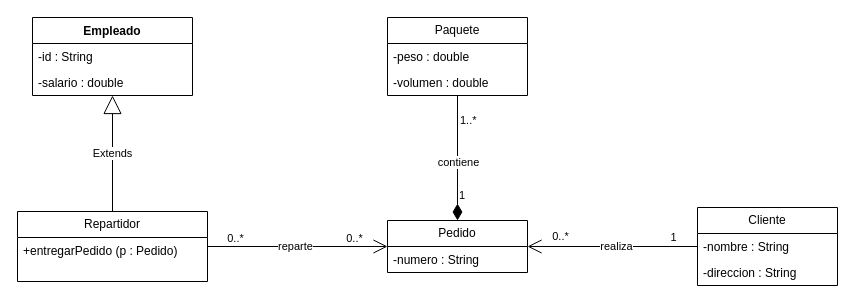
fernandezortaalex/Tarea keeps this draw.io diagram as page "05-comercio-electronico" (5 of 12) of Entorno_de_desarrollo/Tema5/solucion-actividades-diagrama-de-clases-uml.drawio. Above is the earlier version. Source tidied: cells renumbered, new cells numbered last; positions are measured from the earlier drawing's top-left corner, leaving out a move shared by most shapes. Both pictures are drawn from the tidied source at 100%, with x=0, y=0 at pixel (17, 17).
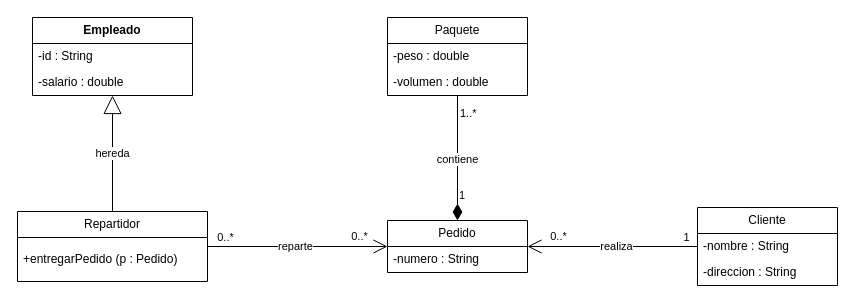
The same diagram, later.

Unchanged cells that the change refers to:
```xml
<mxCell id="24" style="endArrow=none;html=1;endSize=12;startArrow=diamondThin;startSize=14;startFill=1;edgeStyle=orthogonalEdgeStyle;align=left;verticalAlign=middle;labelPosition=right;verticalLabelPosition=middle;endFill=0;" parent="1" edge="1" source="7" target="12">
  <mxGeometry x="-0.22" y="-30" relative="1" as="geometry" />
</mxCell>
```

What changed in the source:
```diff
@@
-    <mxCell id="2" value="Empleado" style="swimlane;fontStyle=1;align=center;verticalAlign=top;horizontal=1;startSize=26;whiteSpace=wrap;html=1;" parent="1" vertex="1">
+    <mxCell id="2" value="Empleado" style="swimlane;fontStyle=1;align=center;verticalAlign=middle;horizontal=1;startSize=26;whiteSpace=wrap;html=1;" parent="1" vertex="1">
       <mxGeometry x="15" width="160" height="78" as="geometry" />
     </mxCell>
-    <mxCell id="3" value="-id : String" style="text;strokeColor=none;fillColor=none;align=left;verticalAlign=top;spacingLeft=4;spacingRight=4;overflow=hidden;whiteSpace=wrap;html=1;" parent="2" vertex="1">
+    <mxCell id="3" value="-id : String" style="text;strokeColor=none;fillColor=none;align=left;verticalAlign=middle;spacingLeft=4;spacingRight=4;overflow=hidden;whiteSpace=wrap;html=1;" parent="2" vertex="1">
       <mxGeometry y="26" width="160" height="26" as="geometry" />
     </mxCell>
-    <mxCell id="4" value="-salario : double" style="text;strokeColor=none;fillColor=none;align=left;verticalAlign=top;spacingLeft=4;spacingRight=4;overflow=hidden;whiteSpace=wrap;html=1;" parent="2" vertex="1">
+    <mxCell id="4" value="-salario : double" style="text;strokeColor=none;fillColor=none;align=left;verticalAlign=middle;spacingLeft=4;spacingRight=4;overflow=hidden;whiteSpace=wrap;html=1;" parent="2" vertex="1">
       <mxGeometry y="52" width="160" height="26" as="geometry" />
     </mxCell>
-    <mxCell id="5" value="Repartidor" style="swimlane;fontStyle=0;horizontal=1;startSize=26;fillColor=none;whiteSpace=wrap;html=1;" parent="1" vertex="1">
+    <mxCell id="5" value="Repartidor" style="swimlane;fontStyle=0;horizontal=1;startSize=26;fillColor=none;whiteSpace=wrap;html=1;verticalAlign=middle;" parent="1" vertex="1">
       <mxGeometry y="194" width="190" height="70" as="geometry" />
     </mxCell>
-    <mxCell id="6" value="+entregarPedido (p : Pedido)" style="text;strokeColor=none;fillColor=none;align=left;verticalAlign=top;spacingLeft=4;spacingRight=4;overflow=hidden;whiteSpace=wrap;html=1;" parent="5" vertex="1">
+    <mxCell id="6" value="+entregarPedido (p : Pedido)" style="text;strokeColor=none;fillColor=none;align=left;verticalAlign=middle;spacingLeft=4;spacingRight=4;overflow=hidden;whiteSpace=wrap;html=1;" parent="5" vertex="1">
       <mxGeometry y="26" width="190" height="44" as="geometry" />
     </mxCell>
-    <mxCell id="7" value="Pedido" style="swimlane;fontStyle=0;horizontal=1;startSize=26;fillColor=none;whiteSpace=wrap;html=1;" parent="1" vertex="1">
+    <mxCell id="7" value="Pedido" style="swimlane;fontStyle=0;horizontal=1;startSize=26;fillColor=none;whiteSpace=wrap;html=1;verticalAlign=middle;" parent="1" vertex="1">
       <mxGeometry x="370" y="203" width="140" height="52" as="geometry" />
     </mxCell>
-    <mxCell id="8" value="-numero : String" style="text;strokeColor=none;fillColor=none;align=left;verticalAlign=top;spacingLeft=4;spacingRight=4;overflow=hidden;whiteSpace=wrap;html=1;" parent="7" vertex="1">
+    <mxCell id="8" value="-numero : String" style="text;strokeColor=none;fillColor=none;align=left;verticalAlign=middle;spacingLeft=4;spacingRight=4;overflow=hidden;whiteSpace=wrap;html=1;" parent="7" vertex="1">
       <mxGeometry y="26" width="140" height="26" as="geometry" />
     </mxCell>
-    <mxCell id="9" value="Cliente" style="swimlane;fontStyle=0;horizontal=1;startSize=26;fillColor=none;whiteSpace=wrap;html=1;" parent="1" vertex="1">
+    <mxCell id="9" value="Cliente" style="swimlane;fontStyle=0;horizontal=1;startSize=26;fillColor=none;whiteSpace=wrap;html=1;verticalAlign=middle;" parent="1" vertex="1">
       <mxGeometry x="680" y="190" width="140" height="78" as="geometry" />
     </mxCell>
-    <mxCell id="10" value="-nombre : String" style="text;strokeColor=none;fillColor=none;align=left;verticalAlign=top;spacingLeft=4;spacingRight=4;overflow=hidden;whiteSpace=wrap;html=1;" parent="9" vertex="1">
+    <mxCell id="10" value="-nombre : String" style="text;strokeColor=none;fillColor=none;align=left;verticalAlign=middle;spacingLeft=4;spacingRight=4;overflow=hidden;whiteSpace=wrap;html=1;" parent="9" vertex="1">
       <mxGeometry y="26" width="140" height="26" as="geometry" />
     </mxCell>
-    <mxCell id="11" value="-direccion : String" style="text;strokeColor=none;fillColor=none;align=left;verticalAlign=top;spacingLeft=4;spacingRight=4;overflow=hidden;whiteSpace=wrap;html=1;" parent="9" vertex="1">
+    <mxCell id="11" value="-direccion : String" style="text;strokeColor=none;fillColor=none;align=left;verticalAlign=middle;spacingLeft=4;spacingRight=4;overflow=hidden;whiteSpace=wrap;html=1;" parent="9" vertex="1">
       <mxGeometry y="52" width="140" height="26" as="geometry" />
     </mxCell>
-    <mxCell id="12" value="Paquete" style="swimlane;fontStyle=0;horizontal=1;startSize=26;fillColor=none;whiteSpace=wrap;html=1;" parent="1" vertex="1">
+    <mxCell id="12" value="Paquete" style="swimlane;fontStyle=0;horizontal=1;startSize=26;fillColor=none;whiteSpace=wrap;html=1;verticalAlign=middle;" parent="1" vertex="1">
       <mxGeometry x="370" width="140" height="78" as="geometry" />
     </mxCell>
-    <mxCell id="13" value="-peso : double" style="text;strokeColor=none;fillColor=none;align=left;verticalAlign=top;spacingLeft=4;spacingRight=4;overflow=hidden;whiteSpace=wrap;html=1;" parent="12" vertex="1">
+    <mxCell id="13" value="-peso : double" style="text;strokeColor=none;fillColor=none;align=left;verticalAlign=middle;spacingLeft=4;spacingRight=4;overflow=hidden;whiteSpace=wrap;html=1;" parent="12" vertex="1">
       <mxGeometry y="26" width="140" height="26" as="geometry" />
     </mxCell>
-    <mxCell id="14" value="-volumen : double" style="text;strokeColor=none;fillColor=none;align=left;verticalAlign=top;spacingLeft=4;spacingRight=4;overflow=hidden;whiteSpace=wrap;html=1;" parent="12" vertex="1">
+    <mxCell id="14" value="-volumen : double" style="text;strokeColor=none;fillColor=none;align=left;verticalAlign=middle;spacingLeft=4;spacingRight=4;overflow=hidden;whiteSpace=wrap;html=1;" parent="12" vertex="1">
       <mxGeometry y="52" width="140" height="26" as="geometry" />
     </mxCell>
-    <mxCell id="15" value="Extends" style="endArrow=block;endSize=16;endFill=0;html=1;" parent="1" edge="1" source="5" target="2">
+    <mxCell id="15" value="hereda" style="endArrow=block;endSize=16;endFill=0;html=1;verticalAlign=middle;" parent="1" edge="1" source="5" target="2">
       <mxGeometry relative="1" as="geometry" />
     </mxCell>
-    <mxCell id="16" style="endArrow=open;endFill=1;endSize=12;html=1;" parent="1" edge="1" source="5" target="7">
+    <mxCell id="16" style="endArrow=open;endFill=1;endSize=12;html=1;verticalAlign=middle;" parent="1" edge="1" source="5" target="7">
       <mxGeometry relative="1" as="geometry" />
     </mxCell>
-    <mxCell id="17" value="0..*" style="edgeLabel;html=1;align=center;verticalAlign=bottom;labelPosition=center;verticalLabelPosition=top;" parent="16" vertex="1">
+    <mxCell id="17" value="0..*" style="edgeLabel;html=1;align=center;verticalAlign=middle;labelPosition=center;verticalLabelPosition=top;" parent="16" vertex="1">
       <mxGeometry x="-0.84" relative="1" as="geometry">
-        <mxPoint x="13" as="offset" />
+        <mxPoint x="3" y="-10" as="offset" />
       </mxGeometry>
     </mxCell>
@@
-    <mxCell id="19" value="0..*" style="edgeLabel;html=1;align=center;verticalAlign=bottom;labelPosition=center;verticalLabelPosition=top;" parent="16" vertex="1">
+    <mxCell id="19" value="0..*" style="edgeLabel;html=1;align=center;verticalAlign=middle;labelPosition=center;verticalLabelPosition=top;" parent="16" vertex="1">
       <mxGeometry x="0.63" relative="1" as="geometry">
-        <mxPoint x="-1" as="offset" />
+        <mxPoint x="4" y="-11" as="offset" />
       </mxGeometry>
     </mxCell>
-    <mxCell id="20" style="endArrow=open;endFill=1;endSize=12;html=1;" parent="1" edge="1" source="9" target="7">
+    <mxCell id="20" style="endArrow=open;endFill=1;endSize=12;html=1;verticalAlign=middle;" parent="1" edge="1" source="9" target="7">
       <mxGeometry relative="1" as="geometry" />
     </mxCell>
-    <mxCell id="21" value="1" style="edgeLabel;html=1;align=center;verticalAlign=bottom;labelPosition=center;verticalLabelPosition=top;" parent="20" vertex="1">
-      <mxGeometry x="-0.71" y="-1" relative="1" as="geometry" />
+    <mxCell id="21" value="1" style="edgeLabel;html=1;align=center;verticalAlign=middle;labelPosition=center;verticalLabelPosition=top;" parent="20" vertex="1">
+      <mxGeometry x="-0.71" y="-1" relative="1" as="geometry">
+        <mxPoint x="13" y="-9" as="offset" />
+      </mxGeometry>
     </mxCell>
-    <mxCell id="22" value="0..*" style="edgeLabel;html=1;align=center;verticalAlign=bottom;labelPosition=center;verticalLabelPosition=top;" parent="20" vertex="1">
-      <mxGeometry x="0.62" y="-2" relative="1" as="geometry" />
+    <mxCell id="22" value="0..*" style="edgeLabel;html=1;align=center;verticalAlign=middle;labelPosition=center;verticalLabelPosition=top;" parent="20" vertex="1">
+      <mxGeometry x="0.62" y="-2" relative="1" as="geometry">
+        <mxPoint x="-2" y="-9" as="offset" />
+      </mxGeometry>
     </mxCell>
@@
     <mxCell id="25" value="contiene" style="edgeLabel;html=1;align=center;verticalAlign=middle;" parent="24" vertex="1">
       <mxGeometry x="0.14" relative="1" as="geometry">
-        <mxPoint y="12" as="offset" />
+        <mxPoint x="-1" y="9" as="offset" />
       </mxGeometry>
     </mxCell>
     <mxCell id="26" value="1..*" style="edgeLabel;html=1;align=left;verticalAlign=middle;labelPosition=right;verticalLabelPosition=middle;" parent="24" vertex="1">
-      <mxGeometry x="0.62" y="-1" relative="1" as="geometry" />
+      <mxGeometry x="0.62" y="-1" relative="1" as="geometry">
+        <mxPoint y="-7" as="offset" />
+      </mxGeometry>
     </mxCell>
```
